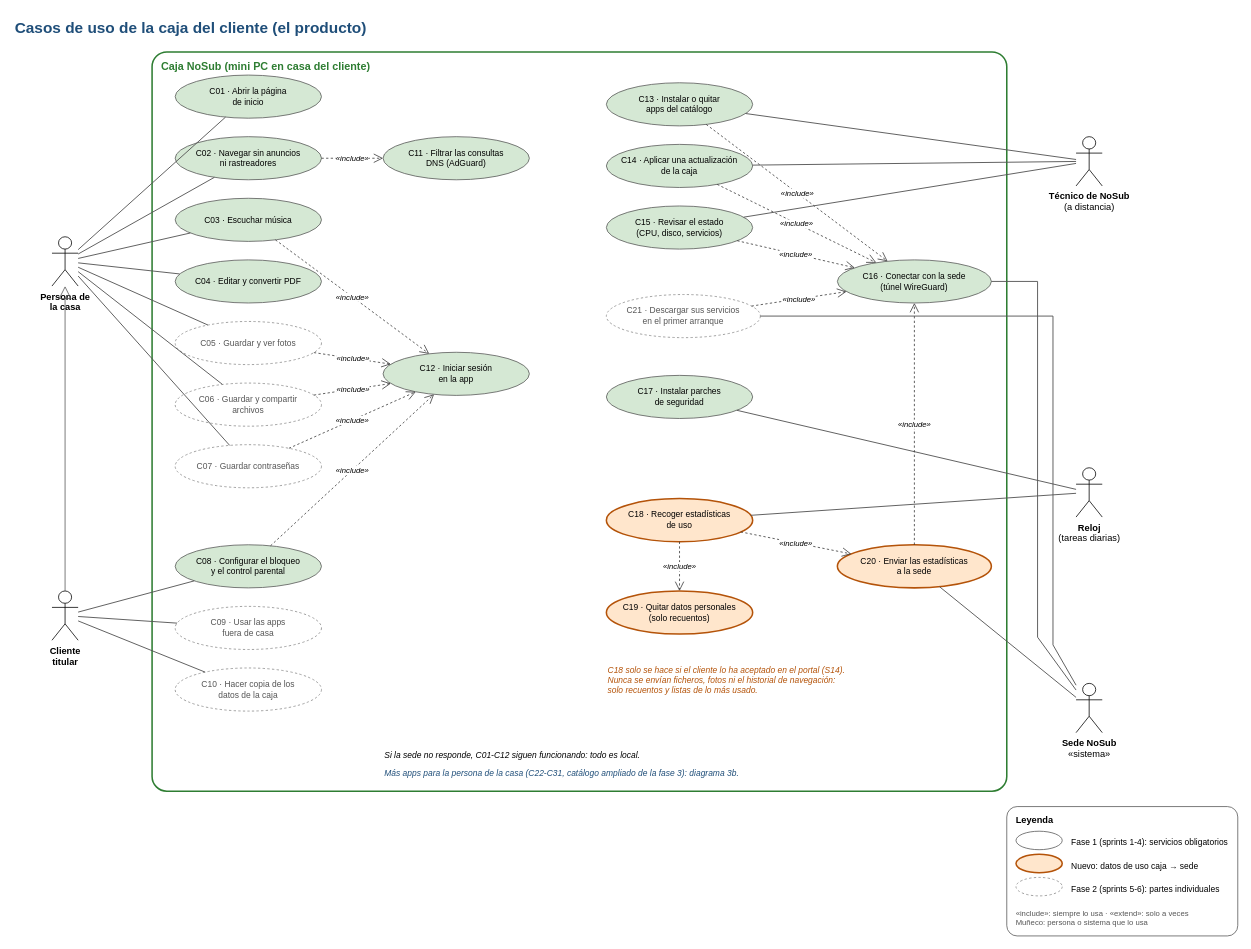
Before: docs/diagramas/6-casos-uso-caja.drawio in YassinKamal345/nosub-infra, a draw.io diagram. Source tidied: cells renumbered, new cells numbered last; positions are measured from the earlier drawing's top-left corner, leaving out a move shared by most shapes. Both pictures are drawn from the tidied source at 77%, with x=0, y=0 at pixel (13, 13).
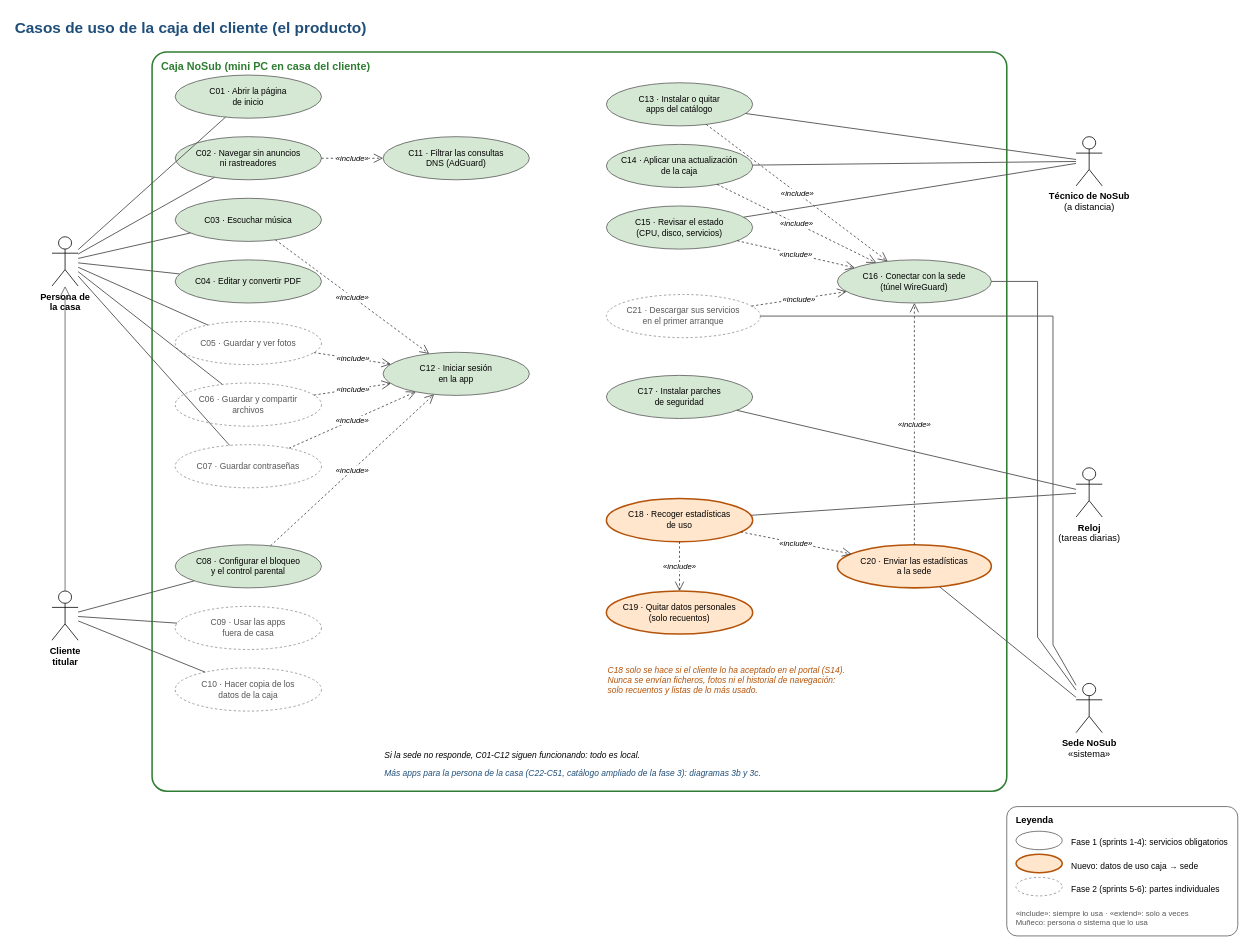
After the change.

Commit message (it also covers changes not shown here):
Diagrama 6c: catálogo ampliado de la caja, segunda tanda (C32-C51)

Change to the diagram source:
```diff
@@
-    <mxCell id="64" value="Más apps para la persona de la casa (C22-C31, catálogo ampliado de la fase 3): diagrama 3b." style="rounded=1;whiteSpace=wrap;html=1;arcSize=8;fontSize=12;text;strokeColor=none;fillColor=none;align=left;verticalAlign=top;fontSize=11;fontStyle=2;fontColor=#1f4e79;" parent="1" vertex="1">
+    <mxCell id="64" value="Más apps para la persona de la casa (C22-C51, catálogo ampliado de la fase 3): diagramas 3b y 3c." style="rounded=1;whiteSpace=wrap;html=1;arcSize=8;fontSize=12;text;strokeColor=none;fillColor=none;align=left;verticalAlign=top;fontSize=11;fontStyle=2;fontColor=#1f4e79;" parent="1" vertex="1">
       <mxGeometry x="480" y="974" width="620" height="24" as="geometry" />
     </mxCell>
```
